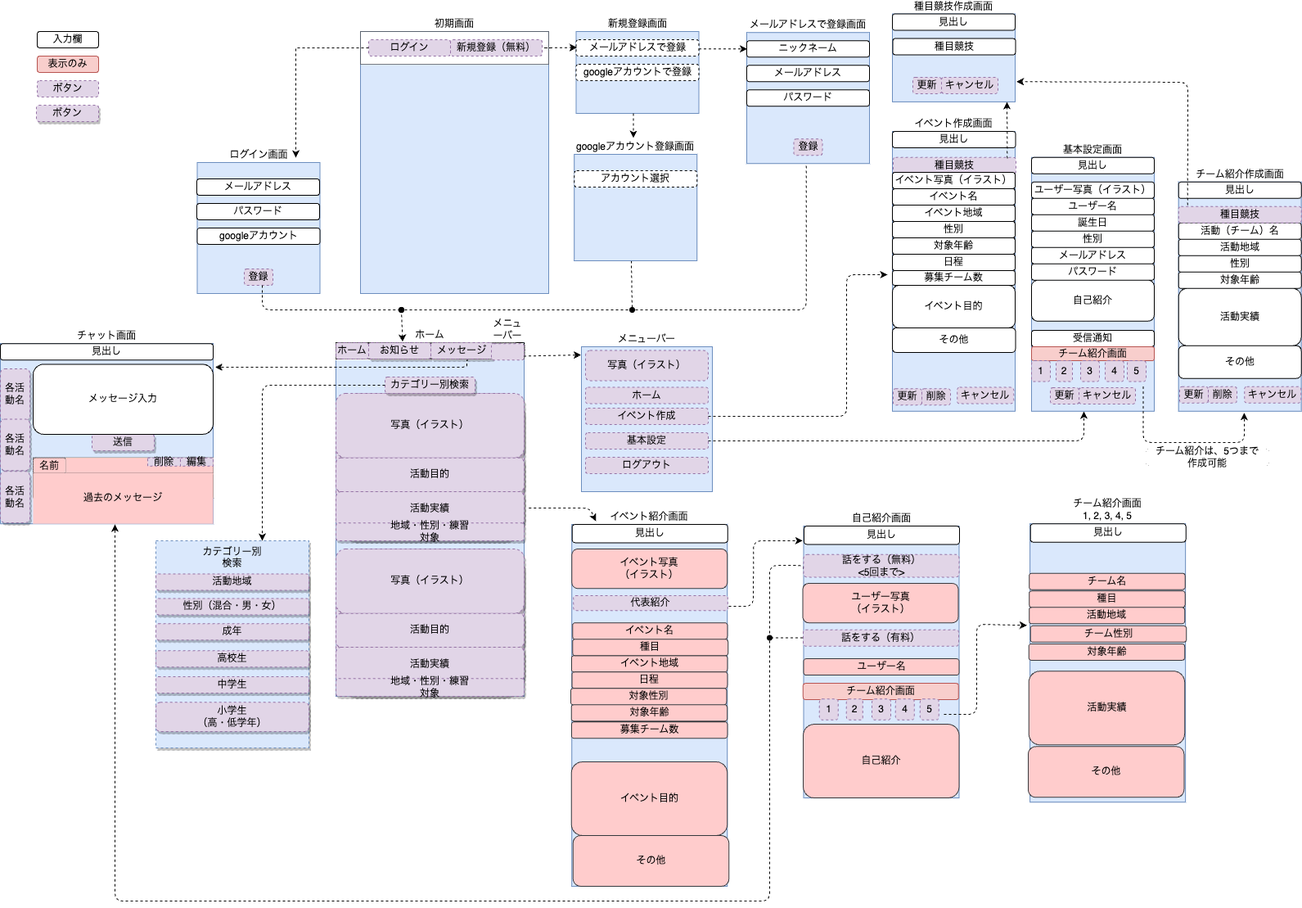
Before: drawing/画面遷移図（スマホ）.png, a diagram exported from draw.io (toshinori-m/stay_connect). Source tidied: cells renumbered, new cells last; positions are measured from the earlier drawing's top-left corner, leaving out a move shared by most shapes.
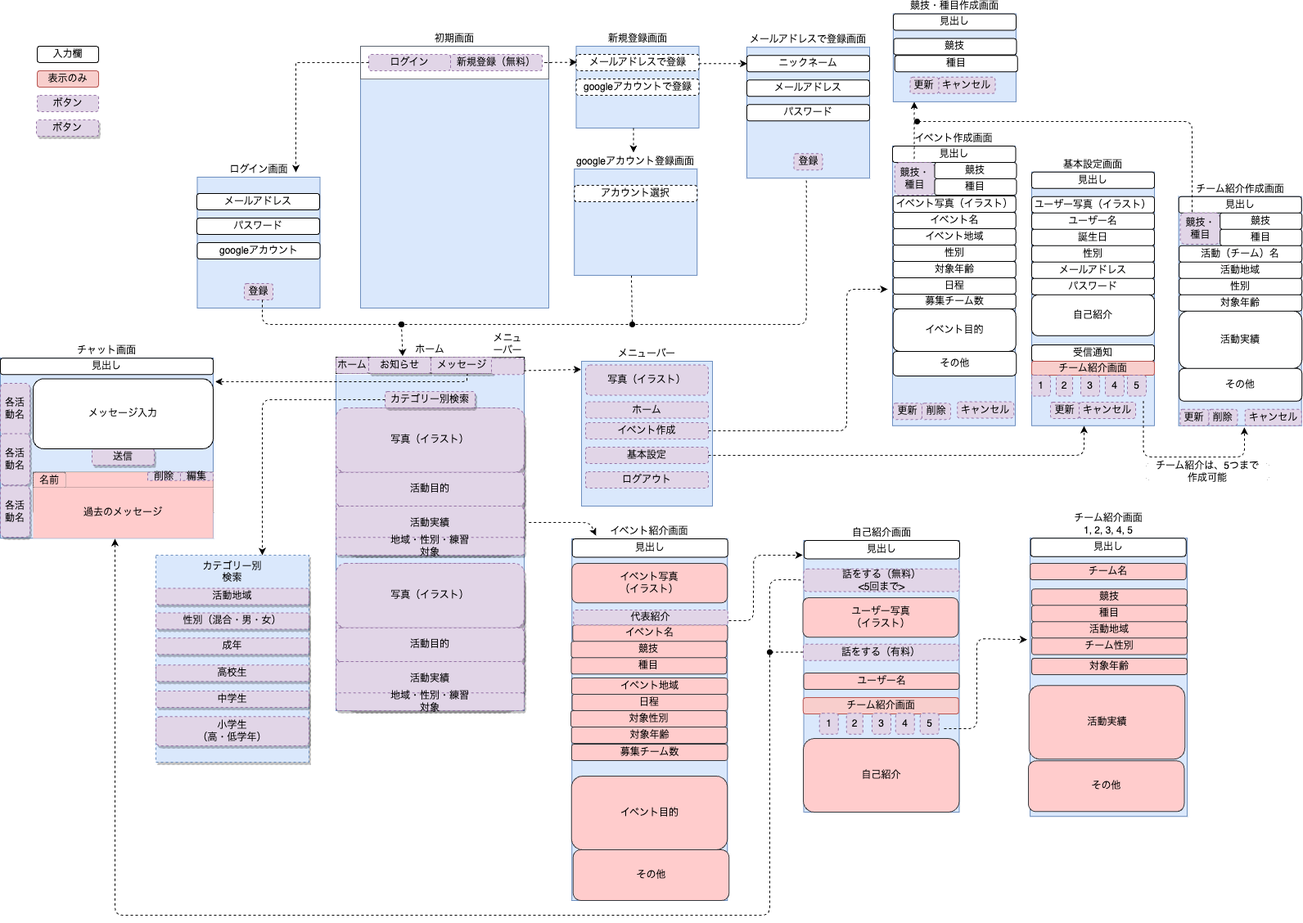
Later version of the same file.

What changed in the source:
```diff
@@ -38,7 +38,7 @@
       <mxGeometry x="698.2" y="624" width="190" height="442" as="geometry" />
     </mxCell>
     <mxCell id="11" value="イベント地域" style="rounded=1;whiteSpace=wrap;html=1;fillColor=#ffcccc;strokeColor=#36393d;align=center;" parent="1" vertex="1">
-      <mxGeometry x="697.9" y="784.2" width="190.5" height="20" as="geometry" />
+      <mxGeometry x="697.9" y="794" width="190.5" height="20" as="geometry" />
     </mxCell>
     <mxCell id="12" value="イベント写真&lt;br style=&quot;border-color: var(--border-color);&quot;&gt;（イラスト）" style="rounded=1;whiteSpace=wrap;html=1;fillColor=#ffcccc;strokeColor=#36393d;" parent="1" vertex="1">
       <mxGeometry x="698.2" y="654" width="190" height="48.2" as="geometry" />
@@ -193,7 +193,7 @@
       <mxGeometry x="697.8" y="914" width="190.5" height="90" as="geometry" />
     </mxCell>
     <mxCell id="55" value="日程" style="rounded=1;whiteSpace=wrap;html=1;fillColor=#ffcccc;strokeColor=#36393d;align=center;" parent="1" vertex="1">
-      <mxGeometry x="698.4" y="804.2" width="190" height="20" as="geometry" />
+      <mxGeometry x="698.4" y="814" width="190" height="20" as="geometry" />
     </mxCell>
     <mxCell id="56" value="見出し" style="rounded=1;whiteSpace=wrap;html=1;" parent="1" vertex="1">
       <mxGeometry y="403.2" width="260" height="20" as="geometry" />
@@ -339,19 +339,19 @@
       </mxGeometry>
     </mxCell>
     <mxCell id="90" value="募集チーム数" style="rounded=1;whiteSpace=wrap;html=1;fillColor=#ffcccc;strokeColor=#36393d;align=center;" parent="1" vertex="1">
-      <mxGeometry x="697.9" y="865.2" width="190.5" height="20" as="geometry" />
+      <mxGeometry x="697.9" y="875" width="190.5" height="20" as="geometry" />
     </mxCell>
     <mxCell id="91" value="対象性別" style="rounded=1;whiteSpace=wrap;html=1;fillColor=#ffcccc;strokeColor=#36393d;align=center;" parent="1" vertex="1">
-      <mxGeometry x="696.9" y="824.2" width="190.5" height="20" as="geometry" />
+      <mxGeometry x="696.9" y="834" width="190.5" height="20" as="geometry" />
     </mxCell>
     <mxCell id="92" value="対象年齢" style="rounded=1;whiteSpace=wrap;html=1;fillColor=#ffcccc;strokeColor=#36393d;align=center;" parent="1" vertex="1">
-      <mxGeometry x="697.6" y="844.2" width="190.5" height="20" as="geometry" />
+      <mxGeometry x="697.6" y="854" width="190.5" height="20" as="geometry" />
     </mxCell>
     <mxCell id="93" value="チーム紹介画面&lt;br&gt;1, 2, 3, 4, 5" style="rounded=0;whiteSpace=wrap;html=1;fillColor=#dae8fc;strokeColor=#6c8ebf;labelPosition=center;verticalLabelPosition=top;align=center;verticalAlign=bottom;" parent="1" vertex="1">
-      <mxGeometry x="1258.1" y="623.2" width="190" height="340" as="geometry" />
+      <mxGeometry x="1258.1" y="623.2" width="191.9" height="340" as="geometry" />
     </mxCell>
     <mxCell id="94" value="チーム名" style="rounded=1;whiteSpace=wrap;html=1;fillColor=#ffcccc;strokeColor=#36393d;align=center;" parent="1" vertex="1">
-      <mxGeometry x="1257.1" y="683.6" width="190.5" height="20" as="geometry" />
+      <mxGeometry x="1258.1" y="654" width="190.5" height="20" as="geometry" />
     </mxCell>
     <mxCell id="95" value="見出し" style="rounded=1;whiteSpace=wrap;html=1;" parent="1" vertex="1">
       <mxGeometry x="1258.6" y="623.2" width="190" height="22.4" as="geometry" />
@@ -360,13 +360,13 @@
       <mxGeometry x="1256.6" y="803.2" width="190.5" height="90" as="geometry" />
     </mxCell>
     <mxCell id="97" value="チーム性別" style="rounded=1;whiteSpace=wrap;html=1;fillColor=#ffcccc;strokeColor=#36393d;align=center;" parent="1" vertex="1">
-      <mxGeometry x="1258.6" y="747.9" width="190.5" height="20" as="geometry" />
+      <mxGeometry x="1260" y="744.2" width="190" height="21.3" as="geometry" />
     </mxCell>
     <mxCell id="98" value="活動地域" style="rounded=1;whiteSpace=wrap;html=1;fillColor=#ffcccc;strokeColor=#36393d;" parent="1" vertex="1">
-      <mxGeometry x="1257.1" y="725.3" width="190" height="20" as="geometry" />
+      <mxGeometry x="1260" y="725.3" width="190" height="20" as="geometry" />
     </mxCell>
     <mxCell id="99" value="対象年齢" style="rounded=1;whiteSpace=wrap;html=1;fillColor=#ffcccc;strokeColor=#36393d;align=center;" parent="1" vertex="1">
-      <mxGeometry x="1256.6" y="769.9" width="190.5" height="20" as="geometry" />
+      <mxGeometry x="1260" y="769.9" width="190" height="20" as="geometry" />
     </mxCell>
     <mxCell id="100" style="edgeStyle=orthogonalEdgeStyle;rounded=1;jettySize=auto;html=1;dashed=1;endArrow=classic;endFill=1;exitX=-0.003;exitY=0.637;exitDx=0;exitDy=0;exitPerimeter=0;" parent="1" edge="1" source="114">
       <mxGeometry relative="1" as="geometry">
@@ -397,11 +397,8 @@
     <mxCell id="104" value="&lt;span&gt;キャンセル&lt;/span&gt;" style="rounded=1;whiteSpace=wrap;html=1;strokeColor=#9673a6;dashed=1;fillColor=#e1d5e7;" parent="1" vertex="1">
       <mxGeometry x="1169.1" y="456.5" width="69" height="20" as="geometry" />
     </mxCell>
-    <mxCell id="105" value="種目" style="rounded=1;whiteSpace=wrap;html=1;fillColor=#ffcccc;strokeColor=#36393d;align=center;" parent="1" vertex="1">
-      <mxGeometry x="699.1" y="764.2" width="190" height="20" as="geometry" />
-    </mxCell>
     <mxCell id="106" value="イベント名" style="rounded=1;whiteSpace=wrap;html=1;fillColor=#ffcccc;strokeColor=#36393d;align=center;" parent="1" vertex="1">
-      <mxGeometry x="699.1" y="744.2" width="189.2" height="20" as="geometry" />
+      <mxGeometry x="699.1" y="729.3" width="189.2" height="20" as="geometry" />
     </mxCell>
     <mxCell id="107" value="その他" style="rounded=1;whiteSpace=wrap;html=1;fillColor=#ffcccc;strokeColor=#36393d;" parent="1" vertex="1">
       <mxGeometry x="699.8" y="1004" width="190.5" height="62" as="geometry" />
@@ -427,9 +424,6 @@
     <mxCell id="114" value="話をする（無料）&lt;br style=&quot;border-color: var(--border-color);&quot;&gt;&amp;lt;5回まで&amp;gt;" style="rounded=1;whiteSpace=wrap;html=1;strokeColor=#9673a6;dashed=1;fillColor=#e1d5e7;" parent="1" vertex="1">
       <mxGeometry x="981.5" y="660.8" width="190" height="27.7" as="geometry" />
     </mxCell>
-    <mxCell id="115" value="種目" style="rounded=1;whiteSpace=wrap;html=1;fillColor=#ffcccc;strokeColor=#36393d;align=center;" parent="1" vertex="1">
-      <mxGeometry x="1257.1" y="705.3" width="190.5" height="20" as="geometry" />
-    </mxCell>
     <mxCell id="116" value="その他" style="rounded=1;whiteSpace=wrap;html=1;fillColor=#ffcccc;strokeColor=#36393d;" parent="1" vertex="1">
       <mxGeometry x="1255.9" y="895.3" width="190.5" height="62" as="geometry" />
     </mxCell>
@@ -454,37 +448,34 @@
       </mxGeometry>
     </mxCell>
     <mxCell id="120" value="イベント地域" style="rounded=1;whiteSpace=wrap;html=1;" parent="1" vertex="1">
-      <mxGeometry x="1090" y="234" width="150" height="20" as="geometry" />
+      <mxGeometry x="1090.6" y="244.9" width="150" height="20" as="geometry" />
     </mxCell>
     <mxCell id="121" value="性別" style="rounded=1;whiteSpace=wrap;html=1;" parent="1" vertex="1">
-      <mxGeometry x="1090" y="254" width="150" height="20" as="geometry" />
+      <mxGeometry x="1090.6" y="264.9" width="150" height="20" as="geometry" />
     </mxCell>
     <mxCell id="122" value="対象年齢" style="rounded=1;whiteSpace=wrap;html=1;" parent="1" vertex="1">
-      <mxGeometry x="1090" y="274" width="150" height="20" as="geometry" />
+      <mxGeometry x="1090.6" y="284.9" width="150" height="20" as="geometry" />
     </mxCell>
-    <mxCell id="123" value="種目競技" style="rounded=1;whiteSpace=wrap;html=1;fillColor=#e1d5e7;strokeColor=#9673a6;dashed=1;" parent="1" vertex="1">
-      <mxGeometry x="1090.9" y="175.8" width="150" height="20" as="geometry" />
-    </mxCell>
     <mxCell id="124" value="日程" style="rounded=1;whiteSpace=wrap;html=1;" parent="1" vertex="1">
-      <mxGeometry x="1090" y="294" width="150" height="20" as="geometry" />
+      <mxGeometry x="1090.6" y="304.9" width="150" height="20" as="geometry" />
     </mxCell>
     <mxCell id="125" value="イベント目的" style="rounded=1;whiteSpace=wrap;html=1;" parent="1" vertex="1">
-      <mxGeometry x="1090" y="332" width="150" height="52" as="geometry" />
+      <mxGeometry x="1090.6" y="342.9" width="150" height="52" as="geometry" />
     </mxCell>
     <mxCell id="126" value="見出し" style="rounded=1;whiteSpace=wrap;html=1;" parent="1" vertex="1">
       <mxGeometry x="1090" y="144" width="150.5" height="20" as="geometry" />
     </mxCell>
     <mxCell id="127" value="募集チーム数" style="rounded=1;whiteSpace=wrap;html=1;" parent="1" vertex="1">
-      <mxGeometry x="1090" y="314" width="150" height="18" as="geometry" />
+      <mxGeometry x="1090.6" y="324.9" width="150" height="18" as="geometry" />
     </mxCell>
     <mxCell id="128" value="イベント写真（イラスト）" style="rounded=1;whiteSpace=wrap;html=1;" parent="1" vertex="1">
-      <mxGeometry x="1090" y="194" width="150" height="20" as="geometry" />
+      <mxGeometry x="1090.6" y="204.9" width="150" height="20" as="geometry" />
     </mxCell>
     <mxCell id="129" value="イベント名" style="rounded=1;whiteSpace=wrap;html=1;" parent="1" vertex="1">
-      <mxGeometry x="1090" y="214" width="150" height="20" as="geometry" />
+      <mxGeometry x="1090.6" y="224.9" width="150" height="20" as="geometry" />
     </mxCell>
     <mxCell id="130" value="その他" style="rounded=1;whiteSpace=wrap;html=1;" parent="1" vertex="1">
-      <mxGeometry x="1090" y="384" width="150.5" height="30" as="geometry" />
+      <mxGeometry x="1090.6" y="394.9" width="150.5" height="30" as="geometry" />
     </mxCell>
     <mxCell id="131" value="&lt;span&gt;削除&lt;/span&gt;" style="rounded=1;whiteSpace=wrap;html=1;strokeColor=#9673a6;dashed=1;fillColor=#e1d5e7;" parent="1" vertex="1">
       <mxGeometry x="1125.9" y="458.2" width="35" height="20" as="geometry" />
@@ -529,34 +520,34 @@
       <mxGeometry x="1439.6" y="205.8" width="150" height="280" as="geometry" />
     </mxCell>
     <mxCell id="145" value="&lt;span&gt;更新&lt;/span&gt;" style="rounded=1;whiteSpace=wrap;html=1;strokeColor=#9673a6;dashed=1;fillColor=#e1d5e7;" parent="1" vertex="1">
-      <mxGeometry x="1440.9" y="455.8" width="35" height="20" as="geometry" />
+      <mxGeometry x="1441.4" y="465.8" width="35" height="20" as="geometry" />
     </mxCell>
     <mxCell id="146" value="&lt;span&gt;キャンセル&lt;/span&gt;" style="rounded=1;whiteSpace=wrap;html=1;strokeColor=#9673a6;dashed=1;fillColor=#e1d5e7;" parent="1" vertex="1">
-      <mxGeometry x="1520.1" y="455.8" width="69" height="20" as="geometry" />
+      <mxGeometry x="1520.6" y="465.8" width="69" height="20" as="geometry" />
     </mxCell>
     <mxCell id="147" value="見出し" style="rounded=1;whiteSpace=wrap;html=1;" parent="1" vertex="1">
       <mxGeometry x="1439.6" y="205.8" width="150" height="20" as="geometry" />
     </mxCell>
     <mxCell id="148" value="活動（チーム）名" style="rounded=1;whiteSpace=wrap;html=1;" parent="1" vertex="1">
-      <mxGeometry x="1439.6" y="255.8" width="150" height="20" as="geometry" />
+      <mxGeometry x="1440.1" y="265.8" width="150" height="20" as="geometry" />
     </mxCell>
     <mxCell id="149" value="活動実績" style="rounded=1;whiteSpace=wrap;html=1;" parent="1" vertex="1">
-      <mxGeometry x="1439.6" y="335.8" width="150" height="70" as="geometry" />
+      <mxGeometry x="1440.1" y="345.8" width="150" height="70" as="geometry" />
     </mxCell>
     <mxCell id="150" value="性別" style="rounded=1;whiteSpace=wrap;html=1;" parent="1" vertex="1">
-      <mxGeometry x="1439.6" y="295.8" width="150" height="20" as="geometry" />
+      <mxGeometry x="1440.1" y="305.8" width="150" height="20" as="geometry" />
     </mxCell>
     <mxCell id="151" value="対象年齢" style="rounded=1;whiteSpace=wrap;html=1;" parent="1" vertex="1">
-      <mxGeometry x="1439.6" y="315.8" width="150" height="20" as="geometry" />
+      <mxGeometry x="1440.1" y="325.8" width="150" height="20" as="geometry" />
     </mxCell>
     <mxCell id="152" value="活動地域" style="rounded=1;whiteSpace=wrap;html=1;" parent="1" vertex="1">
-      <mxGeometry x="1439.6" y="275.8" width="150" height="20" as="geometry" />
+      <mxGeometry x="1440.1" y="285.8" width="150" height="20" as="geometry" />
     </mxCell>
     <mxCell id="153" value="その他" style="rounded=1;whiteSpace=wrap;html=1;" parent="1" vertex="1">
-      <mxGeometry x="1439.6" y="405.8" width="150" height="40" as="geometry" />
+      <mxGeometry x="1440.1" y="415.8" width="150" height="40" as="geometry" />
     </mxCell>
     <mxCell id="154" value="&lt;span&gt;削除&lt;/span&gt;" style="rounded=1;whiteSpace=wrap;html=1;strokeColor=#9673a6;dashed=1;fillColor=#e1d5e7;" parent="1" vertex="1">
-      <mxGeometry x="1475.9" y="455.8" width="35" height="20" as="geometry" />
+      <mxGeometry x="1476.4" y="465.8" width="35" height="20" as="geometry" />
     </mxCell>
     <mxCell id="155" value="チーム紹介は、5つまで&lt;br&gt;作成可能" style="rounded=1;whiteSpace=wrap;html=1;strokeWidth=0;" parent="1" vertex="1">
       <mxGeometry x="1400" y="532" width="150" height="20" as="geometry" />
@@ -613,51 +604,82 @@
     <mxCell id="170" value="1" style="rounded=1;whiteSpace=wrap;html=1;fillColor=#e1d5e7;strokeColor=#9673a6;dashed=1;" parent="1" vertex="1">
       <mxGeometry x="1260" y="424" width="23" height="25.6" as="geometry" />
     </mxCell>
-    <mxCell id="171" style="endArrow=classic;html=1;rounded=1;dashed=1;exitX=0.93;exitY=0.063;exitDx=0;exitDy=0;exitPerimeter=0;" parent="1" edge="1" source="123">
+    <mxCell id="171" style="endArrow=classic;html=1;rounded=1;dashed=1;exitX=0.886;exitY=0;exitDx=0;exitDy=0;exitPerimeter=0;" parent="1" edge="1">
       <mxGeometry relative="1" as="geometry">
-        <mxPoint x="1230" y="107.9" as="targetPoint" />
+        <mxPoint x="1116.6" y="159.9" as="sourcePoint" />
+        <mxPoint x="1116.6" y="89.9" as="targetPoint" />
         <Array as="points">
-          <mxPoint x="1230" y="107.9" />
+          <mxPoint x="1116.6" y="89.9" />
         </Array>
       </mxGeometry>
     </mxCell>
-    <mxCell id="172" value="種目競技作成画面" style="rounded=0;whiteSpace=wrap;html=1;fillColor=#dae8fc;strokeColor=#6c8ebf;labelPosition=center;verticalLabelPosition=top;align=center;verticalAlign=bottom;" parent="1" vertex="1">
-      <mxGeometry x="1090" y="0.5" width="150" height="107.4" as="geometry" />
-    </mxCell>
+    <mxCell id="178" style="endArrow=oval;html=1;rounded=1;dashed=1;endFill=1;exitX=0.136;exitY=0.946;exitDx=0;exitDy=0;exitPerimeter=0;" parent="1" edge="1">
+      <mxGeometry relative="1" as="geometry">
+        <mxPoint x="1456" y="224.7" as="sourcePoint" />
+        <mxPoint x="1120" y="114" as="targetPoint" />
+        <Array as="points">
+          <mxPoint x="1456" y="114" />
+          <mxPoint x="1120" y="114" />
+        </Array>
+      </mxGeometry>
+    </mxCell>
+    <mxCell id="179" style="endArrow=classic;html=1;rounded=1;dashed=1;entryX=0;entryY=0.5;entryDx=0;entryDy=0;" parent="1" edge="1">
+      <mxGeometry relative="1" as="geometry">
+        <mxPoint x="1152.9" y="856" as="sourcePoint" />
+        <mxPoint x="1254.4" y="747.2" as="targetPoint" />
+        <Array as="points">
+          <mxPoint x="1192.9" y="856" />
+          <mxPoint x="1192.9" y="746" />
+        </Array>
+      </mxGeometry>
+    </mxCell>
+    <mxCell id="180" value="競技・種目作成画面" style="rounded=0;whiteSpace=wrap;html=1;fillColor=#dae8fc;strokeColor=#6c8ebf;labelPosition=center;verticalLabelPosition=top;align=center;verticalAlign=bottom;" parent="1" vertex="1">
+      <mxGeometry x="1090.9" y="-17.5" width="150" height="107.4" as="geometry" />
+    </mxCell>
     <mxCell id="173" value="&lt;span&gt;更新&lt;/span&gt;" style="rounded=1;whiteSpace=wrap;html=1;strokeColor=#9673a6;dashed=1;fillColor=#e1d5e7;" parent="1" vertex="1">
-      <mxGeometry x="1115" y="77.9" width="35" height="20" as="geometry" />
+      <mxGeometry x="1111.4" y="59.9" width="35" height="20" as="geometry" />
     </mxCell>
     <mxCell id="174" value="&lt;span&gt;キャンセル&lt;/span&gt;" style="rounded=1;whiteSpace=wrap;html=1;strokeColor=#9673a6;dashed=1;fillColor=#e1d5e7;" parent="1" vertex="1">
-      <mxGeometry x="1150" y="77.9" width="69" height="20" as="geometry" />
+      <mxGeometry x="1146.4" y="59.9" width="69" height="20" as="geometry" />
     </mxCell>
     <mxCell id="175" value="見出し" style="rounded=1;whiteSpace=wrap;html=1;" parent="1" vertex="1">
-      <mxGeometry x="1090" y="0.5" width="150" height="20" as="geometry" />
+      <mxGeometry x="1090.9" y="-17.5" width="150" height="20" as="geometry" />
     </mxCell>
-    <mxCell id="176" value="種目競技" style="rounded=1;whiteSpace=wrap;html=1;" parent="1" vertex="1">
-      <mxGeometry x="1090.5" y="30.5" width="150" height="20" as="geometry" />
-    </mxCell>
-    <mxCell id="177" value="種目競技" style="rounded=1;whiteSpace=wrap;html=1;fillColor=#e1d5e7;strokeColor=#9673a6;dashed=1;" parent="1" vertex="1">
-      <mxGeometry x="1439.6" y="235.8" width="150" height="20" as="geometry" />
-    </mxCell>
-    <mxCell id="178" style="endArrow=classic;html=1;rounded=1;dashed=1;" parent="1" edge="1">
-      <mxGeometry relative="1" as="geometry">
-        <mxPoint x="1450.8" y="234" as="sourcePoint" />
-        <mxPoint x="1241.6" y="83.2" as="targetPoint" />
-        <Array as="points">
-          <mxPoint x="1451.1" y="84" />
-          <mxPoint x="1241.6" y="83.2" />
-        </Array>
-      </mxGeometry>
-    </mxCell>
-    <mxCell id="179" style="endArrow=classic;html=1;rounded=1;dashed=1;entryX=0;entryY=0.5;entryDx=0;entryDy=0;" parent="1" edge="1">
-      <mxGeometry relative="1" as="geometry">
-        <mxPoint x="1152.9" y="856" as="sourcePoint" />
-        <mxPoint x="1254.4" y="747.2" as="targetPoint" />
-        <Array as="points">
-          <mxPoint x="1192.9" y="856" />
-          <mxPoint x="1192.9" y="746" />
-        </Array>
-      </mxGeometry>
-    </mxCell>
+    <mxCell id="181" value="競技" style="rounded=1;whiteSpace=wrap;html=1;" parent="1" vertex="1">
+      <mxGeometry x="1091.4" y="12.5" width="150" height="20" as="geometry" />
+    </mxCell>
+    <mxCell id="182" value="競技・種目" style="rounded=1;whiteSpace=wrap;html=1;fillColor=#e1d5e7;strokeColor=#9673a6;dashed=1;" parent="1" vertex="1">
+      <mxGeometry x="1441.5" y="225.8" width="48.6" height="38.2" as="geometry" />
+    </mxCell>
+    <mxCell id="183" value="競技" style="rounded=1;whiteSpace=wrap;html=1;" parent="1" vertex="1">
+      <mxGeometry x="1490.1" y="225.8" width="100" height="20" as="geometry" />
+    </mxCell>
+    <mxCell id="184" value="種目" style="rounded=1;whiteSpace=wrap;html=1;" parent="1" vertex="1">
+      <mxGeometry x="1490.1" y="245.8" width="100" height="20" as="geometry" />
+    </mxCell>
+    <mxCell id="185" value="競技・種目" style="rounded=1;whiteSpace=wrap;html=1;fillColor=#e1d5e7;strokeColor=#9673a6;dashed=1;" parent="1" vertex="1">
+      <mxGeometry x="1092.8" y="164" width="48.6" height="40" as="geometry" />
+    </mxCell>
+    <mxCell id="186" value="競技" style="rounded=1;whiteSpace=wrap;html=1;" parent="1" vertex="1">
+      <mxGeometry x="1141.4" y="164" width="100" height="20" as="geometry" />
+    </mxCell>
+    <mxCell id="187" value="種目" style="rounded=1;whiteSpace=wrap;html=1;" parent="1" vertex="1">
+      <mxGeometry x="1141.4" y="184" width="100" height="20" as="geometry" />
+    </mxCell>
+    <mxCell id="188" value="種目" style="rounded=1;whiteSpace=wrap;html=1;fillColor=#ffcccc;strokeColor=#36393d;align=center;" parent="1" vertex="1">
+      <mxGeometry x="1260" y="705.3" width="190" height="20" as="geometry" />
+    </mxCell>
+    <mxCell id="189" value="競技" style="rounded=1;whiteSpace=wrap;html=1;fillColor=#ffcccc;strokeColor=#36393d;align=center;" parent="1" vertex="1">
+      <mxGeometry x="1260" y="685.3" width="190" height="20" as="geometry" />
+    </mxCell>
+    <mxCell id="190" value="種目" style="rounded=1;whiteSpace=wrap;html=1;fillColor=#ffcccc;strokeColor=#36393d;align=center;" parent="1" vertex="1">
+      <mxGeometry x="697.4" y="769.3" width="190" height="20" as="geometry" />
+    </mxCell>
+    <mxCell id="191" value="競技" style="rounded=1;whiteSpace=wrap;html=1;fillColor=#ffcccc;strokeColor=#36393d;align=center;" parent="1" vertex="1">
+      <mxGeometry x="697.4" y="749.3" width="190" height="20" as="geometry" />
+    </mxCell>
+    <mxCell id="192" value="種目" style="rounded=1;whiteSpace=wrap;html=1;" parent="1" vertex="1">
+      <mxGeometry x="1092.8" y="33.3" width="150" height="20" as="geometry" />
+    </mxCell>
   </root>
 </mxGraphModel>
```
